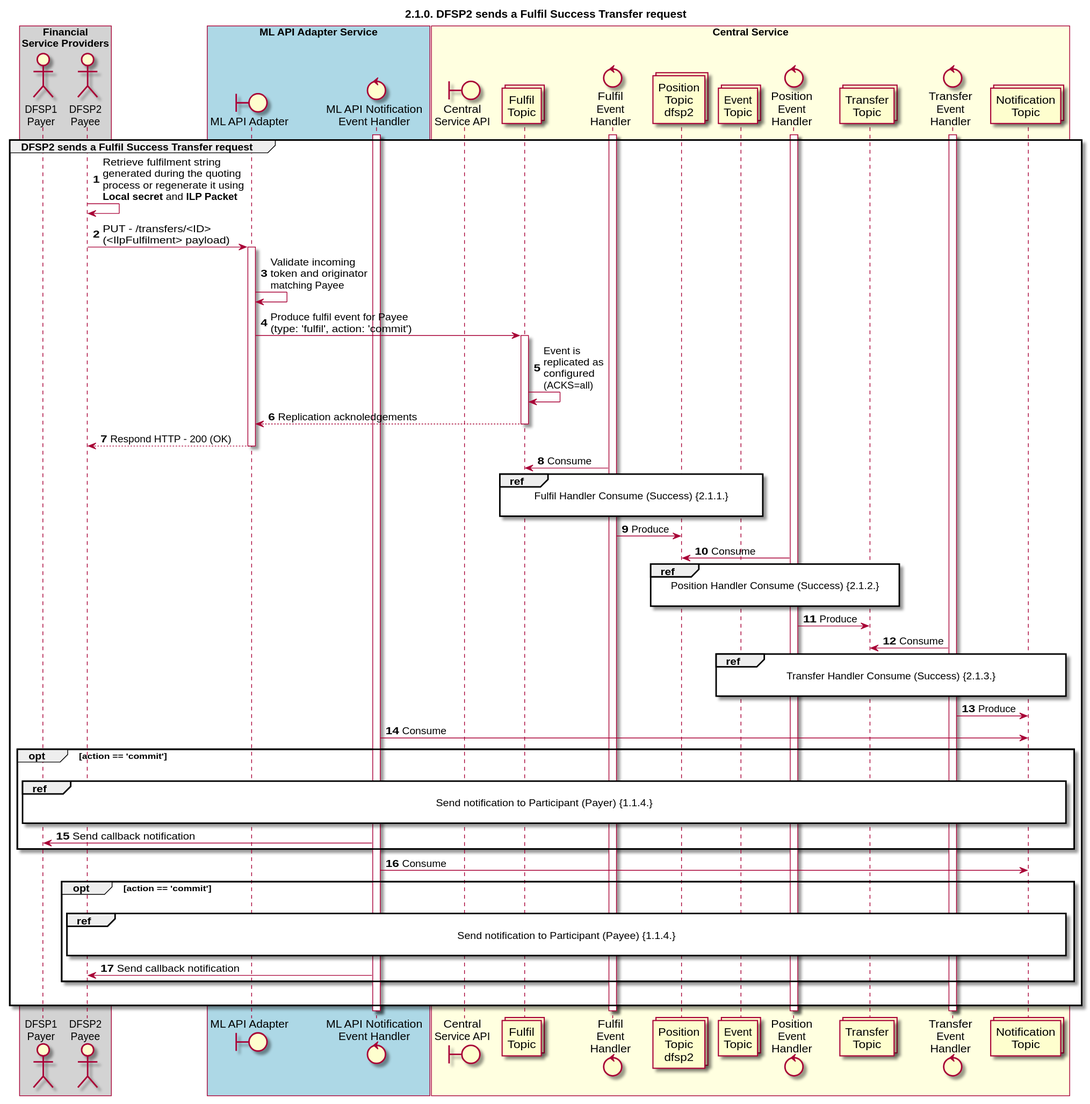
Before: CentralServices/seq_diagrams/seq-fulfil-2.1.0-print.svg, a diagram exported from PlantUML (ggrg/docs). Source of this version:
```plantuml
@startuml
title 2.1.0. DFSP2 sends a Fulfil Success Transfer request

autonumber


actor "DFSP1\nPayer" as DFSP1
actor "DFSP2\nPayee" as DFSP2
boundary "ML API Adapter" as MLAPI
control "ML API Notification\nEvent Handler" as NOTIFY_HANDLER
boundary "Central\nService API" as CSAPI
collections "Fulfil\nTopic" as TOPIC_FULFIL
control "Fulfil\nEvent\nHandler" as FULF_HANDLER
collections "Position\nTopic\ndfsp2" as TOPIC_POSITION_DFSP2
control "Position\nEvent\nHandler" as POS_HANDLER
collections "Transfer\nTopic" as TOPIC_TRANSFERS
collections "Event\nTopic" as TOPIC_EVENTS
control "Transfer\nEvent\nHandler" as TRANS_HANDLER
collections "Notification\nTopic" as TOPIC_NOTIFICATIONS

box "Financial\nService Providers" #lightGray
	participant DFSP1
	participant DFSP2
end box

box "ML API Adapter Service" #LightBlue
	participant MLAPI
	participant NOTIFY_HANDLER
end box

box "Central Service" #LightYellow
    participant CSAPI
	participant TOPIC_FULFIL
    participant FULF_HANDLER
    participant TOPIC_POSITION_DFSP2
    participant TOPIC_EVENTS
    participant POS_HANDLER
    participant TOPIC_TRANSFERS
    participant TRANS_HANDLER
    participant TOPIC_NOTIFICATIONS
end box

activate NOTIFY_HANDLER
activate FULF_HANDLER
activate POS_HANDLER
activate TRANS_HANDLER
group DFSP2 sends a Fulfil Success Transfer request
    DFSP2 <-> DFSP2: Retrieve fulfilment string\ngenerated during the quoting\nprocess or regenerate it using\n**Local secret** and **ILP Packet**
    DFSP2 -> MLAPI: PUT - /transfers/<ID>\n(<IlpFulfilment>   payload)
    activate MLAPI
    MLAPI -> MLAPI: Validate incoming\ntoken and originator\nmatching Payee
    MLAPI -> TOPIC_FULFIL: Produce fulfil event for Payee\n(type: 'fulfil', action: 'commit')
    activate TOPIC_FULFIL
    TOPIC_FULFIL <-> TOPIC_FULFIL: Event is\nreplicated as\nconfigured\n(ACKS=all)
    TOPIC_FULFIL --> MLAPI: Replication acknoledgements
    deactivate TOPIC_FULFIL
    MLAPI --> DFSP2: Respond HTTP - 200 (OK)
    deactivate MLAPI
    TOPIC_FULFIL <- FULF_HANDLER: Consume
    ref over TOPIC_FULFIL, TOPIC_EVENTS:  Fulfil Handler Consume (Success) {2.1.1.} \n
    FULF_HANDLER -> TOPIC_POSITION_DFSP2: Produce
    TOPIC_POSITION_DFSP2 <- POS_HANDLER: Consume
    ref over TOPIC_POSITION_DFSP2, TOPIC_TRANSFERS:  Position Handler Consume (Success) {2.1.2.} \n
    POS_HANDLER -> TOPIC_TRANSFERS: Produce
    TOPIC_TRANSFERS <- TRANS_HANDLER: Consume
    ref over TOPIC_EVENTS, TOPIC_NOTIFICATIONS: Transfer Handler Consume (Success) {2.1.3.} \n
    TRANS_HANDLER -> TOPIC_NOTIFICATIONS: Produce
    TOPIC_NOTIFICATIONS <- NOTIFY_HANDLER: Consume
    opt action == 'commit'
        |||
        ref over DFSP1, TOPIC_NOTIFICATIONS: Send notification to Participant (Payer) {1.1.4.} \n
        NOTIFY_HANDLER -> DFSP1: Send callback notification
    end
    TOPIC_NOTIFICATIONS <- NOTIFY_HANDLER: Consume
    opt action == 'commit'
        |||
        ref over DFSP2, TOPIC_NOTIFICATIONS: Send notification to Participant (Payee) {1.1.4.} \n
        NOTIFY_HANDLER -> DFSP2: Send callback notification
    end
    |||
end
deactivate TRANS_HANDLER
deactivate POS_HANDLER
deactivate FULF_HANDLER
deactivate NOTIFY_HANDLER
@enduml
```
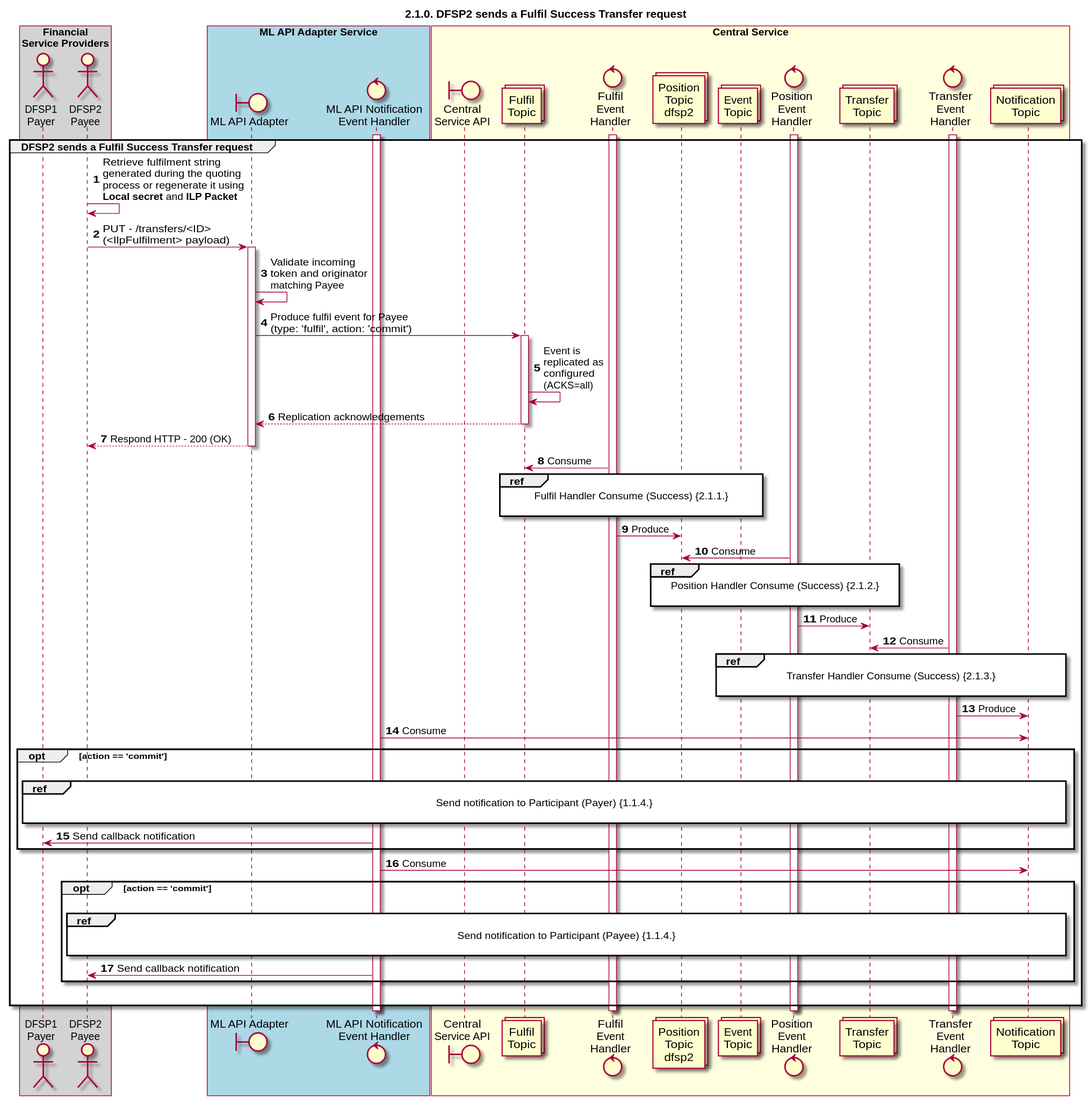
Above is the later version.

Diff of the diagram source:
```diff
@@ -52,7 +52,7 @@
     MLAPI -> TOPIC_FULFIL: Produce fulfil event for Payee\n(type: 'fulfil', action: 'commit')
     activate TOPIC_FULFIL
     TOPIC_FULFIL <-> TOPIC_FULFIL: Event is\nreplicated as\nconfigured\n(ACKS=all)
-    TOPIC_FULFIL --> MLAPI: Replication acknoledgements
+    TOPIC_FULFIL --> MLAPI: Replication acknowledgements
     deactivate TOPIC_FULFIL
     MLAPI --> DFSP2: Respond HTTP - 200 (OK)
     deactivate MLAPI
```
